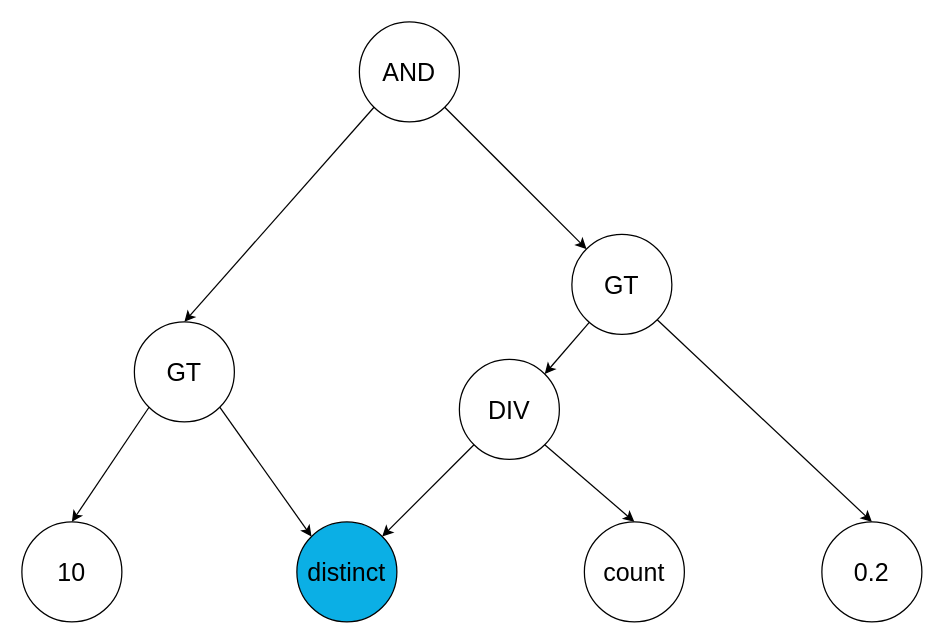
This is ppt_sql_optimize.drawio from learn2Pro/draw_io_save, a draw.io file, before an edit. Source tidied: cells renumbered, new cells numbered last; positions are measured from the earlier drawing's top-left corner, leaving out a move shared by most shapes. Both pictures are drawn from the tidied source at 125%, with x=0, y=0 at pixel (21, 21).
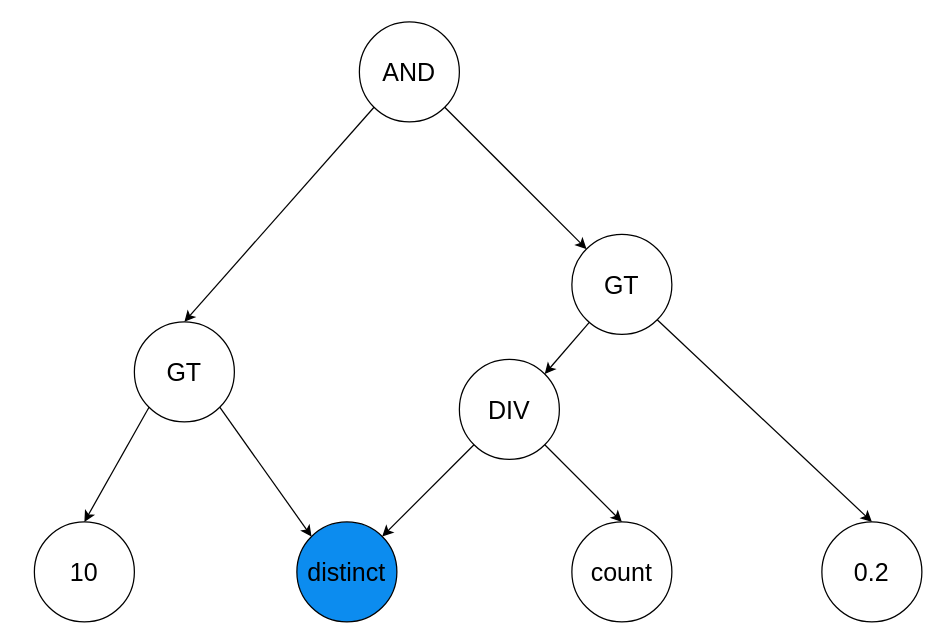
After the change.

The edit, as a diff of the source:
```diff
@@
 <mxGraphModel>
   <root>
     <mxCell id="0" />
     <mxCell id="1" parent="0" />
     <mxCell id="2" value="&lt;span style=&quot;font-size: 20px&quot;&gt;&lt;font&gt;AND&lt;/font&gt;&lt;/span&gt;" style="ellipse;whiteSpace=wrap;html=1;fontStyle=0;fontSize=20;fontFamily=TencentSans;" parent="1" vertex="1">
       <mxGeometry x="270" width="80" height="80" as="geometry" />
     </mxCell>
-    <mxCell id="3" value="&lt;span style=&quot;font-size: 20px&quot;&gt;&lt;font&gt;distinct&lt;/font&gt;&lt;/span&gt;" style="ellipse;whiteSpace=wrap;html=1;fontStyle=0;fontSize=20;fontFamily=TencentSans;fillColor=#0BAFE5;" parent="1" vertex="1">
+    <mxCell id="3" value="&lt;span style=&quot;font-size: 20px&quot;&gt;&lt;font&gt;distinct&lt;/font&gt;&lt;/span&gt;" style="ellipse;whiteSpace=wrap;html=1;fontStyle=0;fontSize=20;fontFamily=TencentSans;fillColor=#0C8CEF;" parent="1" vertex="1">
       <mxGeometry x="220" y="400" width="80" height="80" as="geometry" />
     </mxCell>
     <mxCell id="4" value="&lt;span style=&quot;font-size: 20px&quot;&gt;&lt;font&gt;count&lt;/font&gt;&lt;/span&gt;" style="ellipse;whiteSpace=wrap;html=1;fontStyle=0;fontSize=20;fontFamily=TencentSans;" parent="1" vertex="1">
-      <mxGeometry x="450" y="400" width="80" height="80" as="geometry" />
+      <mxGeometry x="440" y="400" width="80" height="80" as="geometry" />
     </mxCell>
     <mxCell id="5" value="&lt;span style=&quot;font-size: 20px&quot;&gt;&lt;font&gt;DIV&lt;/font&gt;&lt;/span&gt;" style="ellipse;whiteSpace=wrap;html=1;fontStyle=0;fontSize=20;fontFamily=TencentSans;" parent="1" vertex="1">
       <mxGeometry x="350" y="270" width="80" height="80" as="geometry" />
     </mxCell>
     <mxCell id="6" style="endArrow=classic;html=1;exitX=1;exitY=1;exitDx=0;exitDy=0;entryX=0;entryY=0;entryDx=0;entryDy=0;fontStyle=0;fontSize=20;fontFamily=TencentSans;" parent="1" edge="1" source="2" target="12">
       <mxGeometry relative="1" as="geometry" />
     </mxCell>
     <mxCell id="7" value="&lt;span style=&quot;font-size: 20px&quot;&gt;&lt;font&gt;GT&lt;/font&gt;&lt;/span&gt;" style="ellipse;whiteSpace=wrap;html=1;fontStyle=0;fontSize=20;fontFamily=TencentSans;" parent="1" vertex="1">
       <mxGeometry x="90" y="240" width="80" height="80" as="geometry" />
     </mxCell>
     <mxCell id="8" value="&lt;span style=&quot;font-size: 20px&quot;&gt;&lt;font&gt;10&lt;/font&gt;&lt;/span&gt;" style="ellipse;whiteSpace=wrap;html=1;fontStyle=0;fontSize=20;fontFamily=TencentSans;" parent="1" vertex="1">
-      <mxGeometry y="400" width="80" height="80" as="geometry" />
+      <mxGeometry x="10" y="400" width="80" height="80" as="geometry" />
     </mxCell>
     <mxCell id="9" style="endArrow=classic;html=1;exitX=0;exitY=1;exitDx=0;exitDy=0;fontStyle=0;fontSize=20;fontFamily=TencentSans;entryX=0.5;entryY=0;entryDx=0;entryDy=0;" parent="1" edge="1" source="7" target="8">
       <mxGeometry relative="1" as="geometry" />
     </mxCell>
     <mxCell id="10" style="endArrow=classic;html=1;exitX=1;exitY=1;exitDx=0;exitDy=0;fontStyle=0;fontSize=20;fontFamily=TencentSans;entryX=0;entryY=0;entryDx=0;entryDy=0;" parent="1" edge="1" source="7" target="3">
       <mxGeometry relative="1" as="geometry" />
     </mxCell>
     <mxCell id="11" style="endArrow=classic;html=1;exitX=0;exitY=1;exitDx=0;exitDy=0;entryX=0.5;entryY=0;entryDx=0;entryDy=0;fontStyle=0;fontSize=20;fontFamily=TencentSans;" parent="1" edge="1" source="2" target="7">
       <mxGeometry relative="1" as="geometry" />
     </mxCell>
     <mxCell id="12" value="&lt;span style=&quot;font-size: 20px;&quot;&gt;GT&lt;/span&gt;" style="ellipse;whiteSpace=wrap;html=1;fontStyle=0;fontSize=20;fontFamily=TencentSans;" parent="1" vertex="1">
       <mxGeometry x="440" y="170" width="80" height="80" as="geometry" />
     </mxCell>
     <mxCell id="13" value="&lt;span style=&quot;font-size: 20px&quot;&gt;&lt;font&gt;0.2&lt;/font&gt;&lt;/span&gt;" style="ellipse;whiteSpace=wrap;html=1;fontStyle=0;fontSize=20;fontFamily=TencentSans;" parent="1" vertex="1">
       <mxGeometry x="640" y="400" width="80" height="80" as="geometry" />
     </mxCell>
     <mxCell id="14" style="endArrow=classic;html=1;entryX=1;entryY=0;entryDx=0;entryDy=0;fontStyle=0;fontSize=20;fontFamily=TencentSans;" parent="1" edge="1" source="12" target="5">
       <mxGeometry relative="1" as="geometry" />
     </mxCell>
     <mxCell id="15" style="endArrow=classic;html=1;exitX=1;exitY=1;exitDx=0;exitDy=0;entryX=0.5;entryY=0;entryDx=0;entryDy=0;fontStyle=0;fontSize=20;fontFamily=TencentSans;" parent="1" edge="1" source="12" target="13">
       <mxGeometry relative="1" as="geometry" />
     </mxCell>
     <mxCell id="16" style="endArrow=classic;html=1;exitX=1;exitY=1;exitDx=0;exitDy=0;fontStyle=0;fontSize=20;fontFamily=TencentSans;entryX=0.5;entryY=0;entryDx=0;entryDy=0;" parent="1" edge="1" source="5" target="4">
       <mxGeometry relative="1" as="geometry" />
     </mxCell>
     <mxCell id="17" style="endArrow=classic;html=1;exitX=0;exitY=1;exitDx=0;exitDy=0;fontStyle=0;fontSize=20;fontFamily=TencentSans;entryX=1;entryY=0;entryDx=0;entryDy=0;" parent="1" edge="1" source="5" target="3">
       <mxGeometry relative="1" as="geometry" />
     </mxCell>
   </root>
 </mxGraphModel>
```
